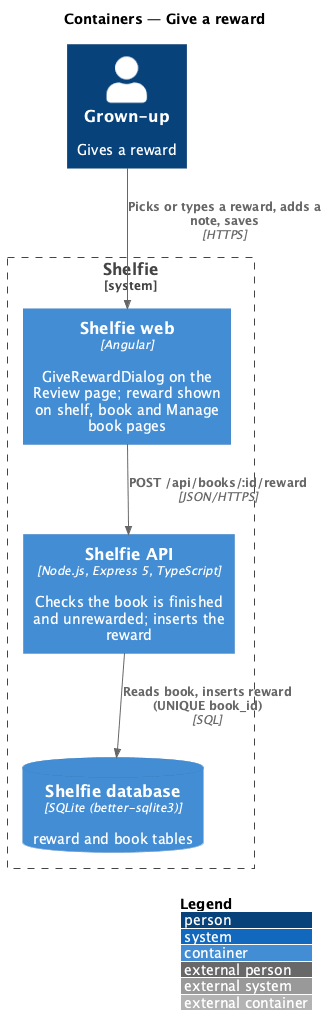
Above: docs/detailed-designs/review/give-reward/diagrams/c4-container.png in QuinntyneBrown/shelfie (PlantUML), before the change. Source of this version:
```plantuml
@startuml
!include <C4/C4_Container>
LAYOUT_WITH_LEGEND()
title Containers — Give a reward

Person(grownUp, "Grown-up", "Gives a reward")
System_Boundary(shelfie, "Shelfie") {
  Container(web, "Shelfie web", "Angular", "GiveRewardDialog on the Review page; reward shown on shelf, book and Manage book pages")
  Container(api, "Shelfie API", "Node.js, Express 5, TypeScript", "Checks the book is finished and unrewarded; inserts the reward")
  ContainerDb(db, "Shelfie database", "SQLite (better-sqlite3)", "reward and book tables")
}
Rel(grownUp, web, "Picks or types a reward, adds a note, saves", "HTTPS")
Rel(web, api, "POST /api/books/:id/reward", "JSON/HTTPS")
Rel(api, db, "Reads book, inserts reward (UNIQUE book_id)", "SQL")
@enduml
```
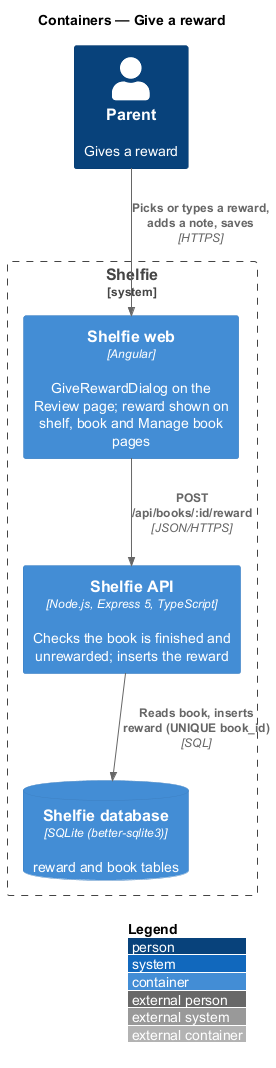
Above is the later version.

Change to the diagram source:
```diff
@@ -3,7 +3,7 @@
 LAYOUT_WITH_LEGEND()
 title Containers — Give a reward
 
-Person(grownUp, "Grown-up", "Gives a reward")
+Person(grownUp, "Parent", "Gives a reward")
 System_Boundary(shelfie, "Shelfie") {
   Container(web, "Shelfie web", "Angular", "GiveRewardDialog on the Review page; reward shown on shelf, book and Manage book pages")
   Container(api, "Shelfie API", "Node.js, Express 5, TypeScript", "Checks the book is finished and unrewarded; inserts the reward")
```
